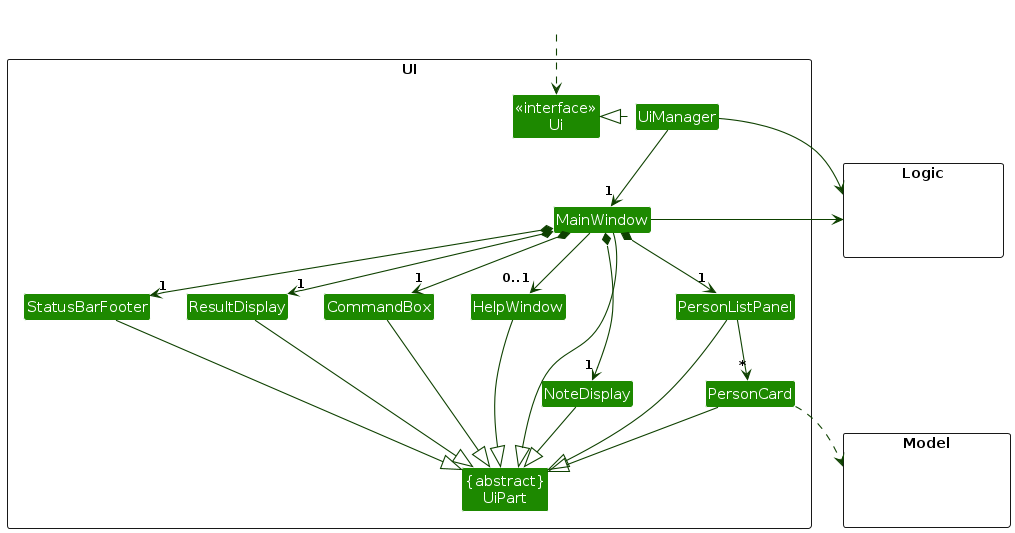
AY2324S2-CS2103T-F14-2/tp keeps this PlantUML diagram as diagrams/UiClassDiagram.png. Above is the earlier version. Its source is kept beside it as diagrams/UiClassDiagram.puml. Source of this version:
```plantuml
@startuml
!include style.puml
skinparam arrowThickness 1.1
skinparam arrowColor UI_COLOR_T4
skinparam classBackgroundColor UI_COLOR

package UI <<Rectangle>>{
Class "<<interface>>\nUi" as Ui
Class "{abstract}\nUiPart" as UiPart
Class UiManager
Class MainWindow
Class HelpWindow
Class ResultDisplay
Class PersonListPanel
Class PersonCard
Class StatusBarFooter
Class CommandBox
Class NoteDisplay
}

package Model <<Rectangle>> {
Class HiddenModel #FFFFFF
}

package Logic <<Rectangle>> {
Class HiddenLogic #FFFFFF
}

Class HiddenOutside #FFFFFF
HiddenOutside ..> Ui

UiManager .left.|> Ui
UiManager -down-> "1" MainWindow
MainWindow *-down->  "1" CommandBox
MainWindow *-down-> "1" ResultDisplay
MainWindow *-down-> "1" PersonListPanel
MainWindow *-down-> "1" NoteDisplay
MainWindow *-down-> "1" StatusBarFooter
MainWindow --> "0..1" HelpWindow

PersonListPanel -down-> "*" PersonCard

MainWindow -left-|> UiPart

ResultDisplay --|> UiPart
CommandBox --|> UiPart
PersonListPanel --|> UiPart
NoteDisplay --|> UiPart
PersonCard --|> UiPart
StatusBarFooter --|> UiPart
HelpWindow --|> UiPart

PersonCard ..> Model
UiManager -right-> Logic
MainWindow -left-> Logic

PersonListPanel -[hidden]left- HelpWindow
HelpWindow -[hidden]left- CommandBox
CommandBox -[hidden]left- ResultDisplay
ResultDisplay -[hidden]left- StatusBarFooter

MainWindow -[hidden]-|> UiPart
@enduml
```
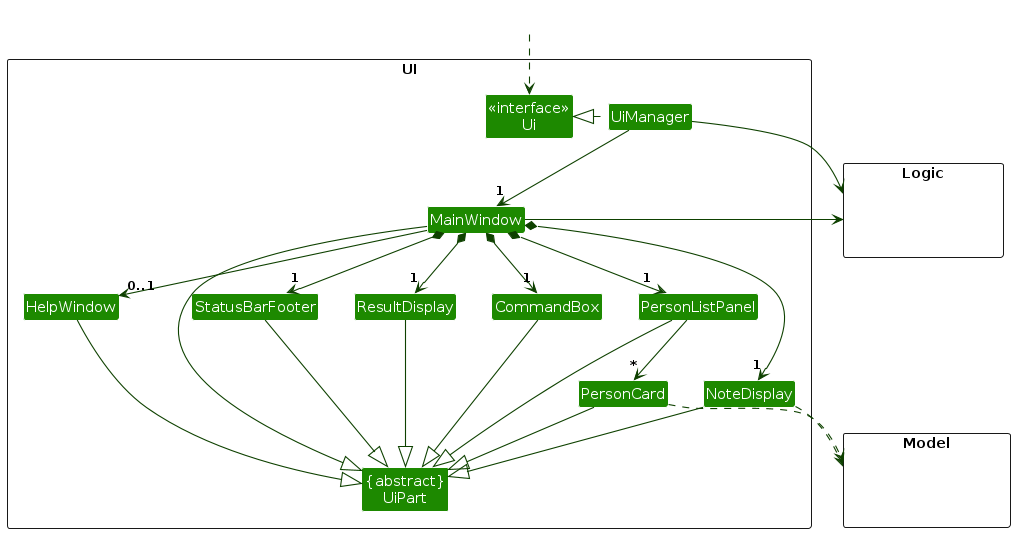
After the change.

The edit, as a diff of the source:
```diff
@@ -51,6 +51,7 @@
 HelpWindow --|> UiPart
 
 PersonCard ..> Model
+NoteDisplay ..> Model
 UiManager -right-> Logic
 MainWindow -left-> Logic
 
```
